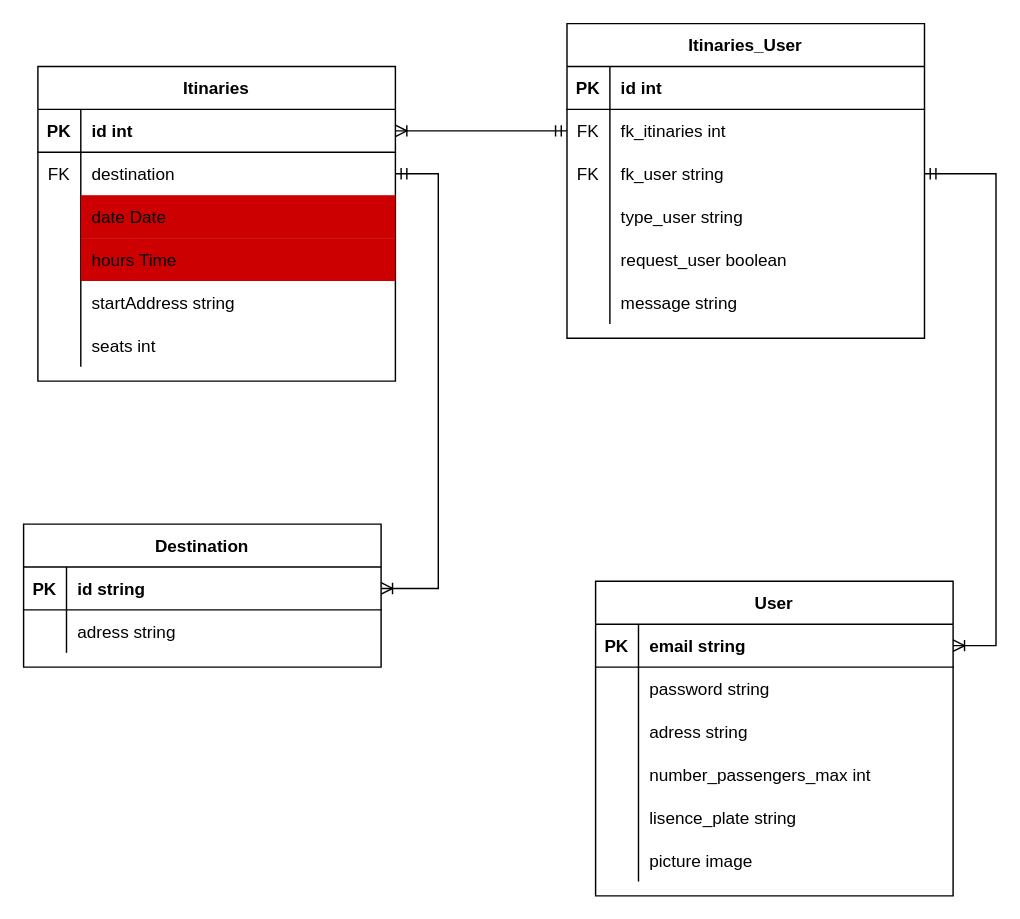
The draw.io diagram page "Page-1" (1 of 7) of Diagramme relationnel.drawio in jmimassi/Carpooling, before the edit. Source tidied: cells renumbered, new cells numbered last; positions are measured from the earlier drawing's top-left corner, leaving out a move shared by most shapes. Both pictures are drawn from the tidied source at 143%, with x=0, y=0 at pixel (23, 23).
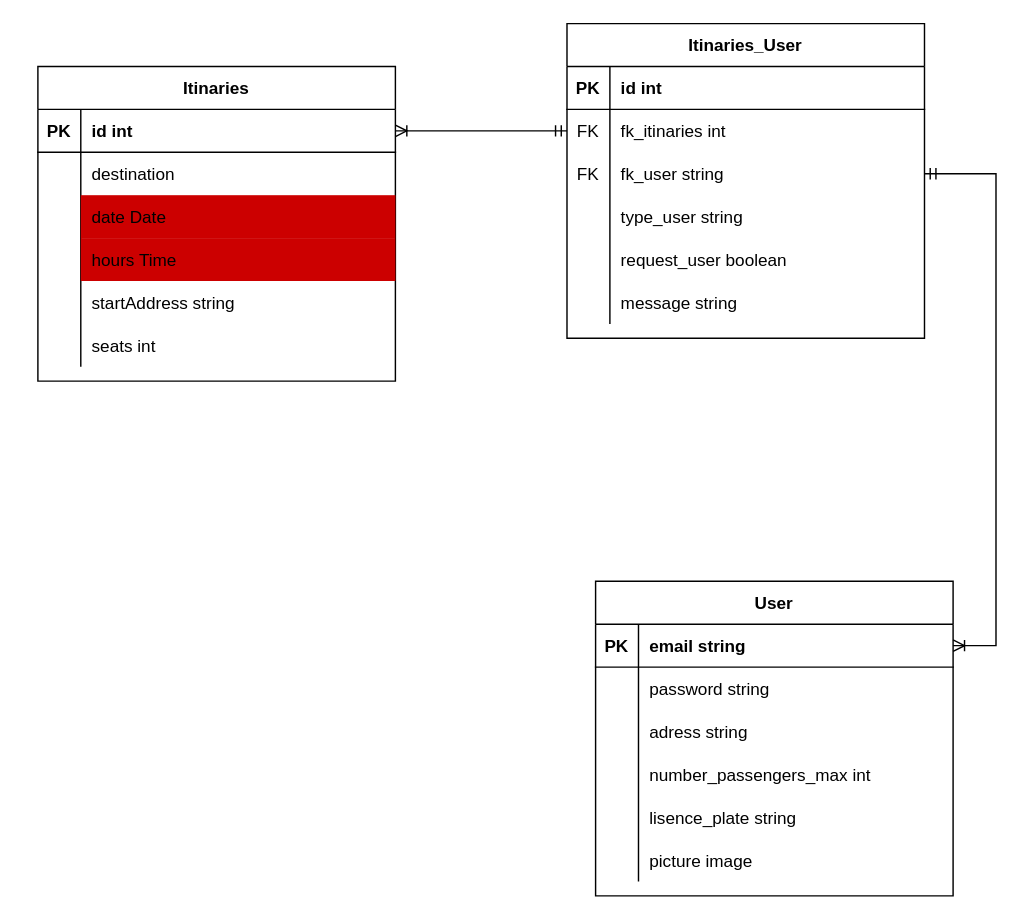
After the change.

The change refers to these unchanged cells:
```xml
<mxCell id="6" style="shape=tableRow;horizontal=0;startSize=0;swimlaneHead=0;swimlaneBody=0;fillColor=none;points=[[0,0.5],[1,0.5]];portConstraint=eastwest;top=0;left=0;right=0;bottom=0;" parent="2" vertex="1">
  <mxGeometry y="60" width="250" height="30" as="geometry" />
</mxCell>
```

The edit, as a diff of the source:
```diff
@@
-    <mxCell id="7" value="FK" style="shape=partialRectangle;fillColor=none;top=0;left=0;bottom=0;right=0;fontStyle=0;overflow=hidden;" parent="6" vertex="1">
+    <mxCell id="7" style="shape=partialRectangle;fillColor=none;top=0;left=0;bottom=0;right=0;fontStyle=0;overflow=hidden;" parent="6" vertex="1">
       <mxGeometry width="30" height="30" as="geometry" />
     </mxCell>
@@
-    <mxCell id="21" value="Destination" style="shape=table;startSize=30;childLayout=tableLayout;rowLines=0;fontStyle=1;align=center;" parent="1" vertex="1">
-      <mxGeometry y="350" width="250" height="100" as="geometry" />
-    </mxCell>
-    <mxCell id="22" style="shape=partialRectangle;fillColor=none;points=[[0,0.5],[1,0.5]];portConstraint=eastwest;top=0;left=0;right=0;bottom=1;" parent="21" vertex="1">
-      <mxGeometry y="30" width="250" height="30" as="geometry" />
-    </mxCell>
-    <mxCell id="23" value="PK" style="shape=partialRectangle;overflow=hidden;fillColor=none;top=0;left=0;bottom=0;right=0;fontStyle=1;" parent="22" vertex="1">
-      <mxGeometry width="30" height="30" as="geometry" />
-    </mxCell>
-    <mxCell id="24" value="id string" style="shape=partialRectangle;overflow=hidden;fillColor=none;top=0;left=0;bottom=0;right=0;align=left;spacingLeft=6;fontStyle=1;" parent="22" vertex="1">
-      <mxGeometry x="30" width="220" height="30" as="geometry" />
-    </mxCell>
-    <mxCell id="25" style="shape=partialRectangle;fillColor=none;top=0;left=0;right=0;bottom=0;" parent="21" vertex="1">
-      <mxGeometry y="60" width="250" height="30" as="geometry" />
-    </mxCell>
-    <mxCell id="26" style="shape=partialRectangle;overflow=hidden;fillColor=none;top=0;left=0;bottom=0;right=0;" parent="25" vertex="1">
-      <mxGeometry width="30" height="30" as="geometry" />
-    </mxCell>
-    <mxCell id="27" value="adress string" style="shape=partialRectangle;overflow=hidden;fillColor=none;top=0;left=0;bottom=0;right=0;align=left;spacingLeft=6;" parent="25" vertex="1">
-      <mxGeometry x="30" width="220" height="30" as="geometry" />
-    </mxCell>
@@
-    <mxCell id="68" style="edgeStyle=entityRelationEdgeStyle;fontSize=12;html=1;endArrow=ERoneToMany;startArrow=ERmandOne;rounded=0;" parent="1" edge="1" source="6" target="22">
-      <mxGeometry relative="1" as="geometry" />
-    </mxCell>
```
